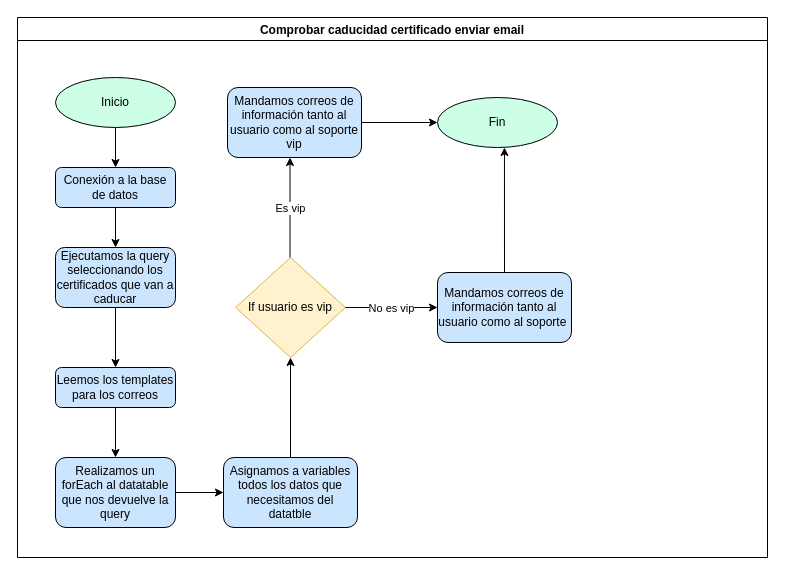
This is Comprobar caducidad certificado enviar email.drawio from ignapatri/Uipath-Comprobar_caducidad_certificado_enviar_email, a draw.io file, before an edit. Source tidied: cells renumbered, new cells numbered last; positions are measured from the earlier drawing's top-left corner, leaving out a move shared by most shapes. Both pictures are drawn from the tidied source at 100%, with x=0, y=0 at pixel (17, 17).
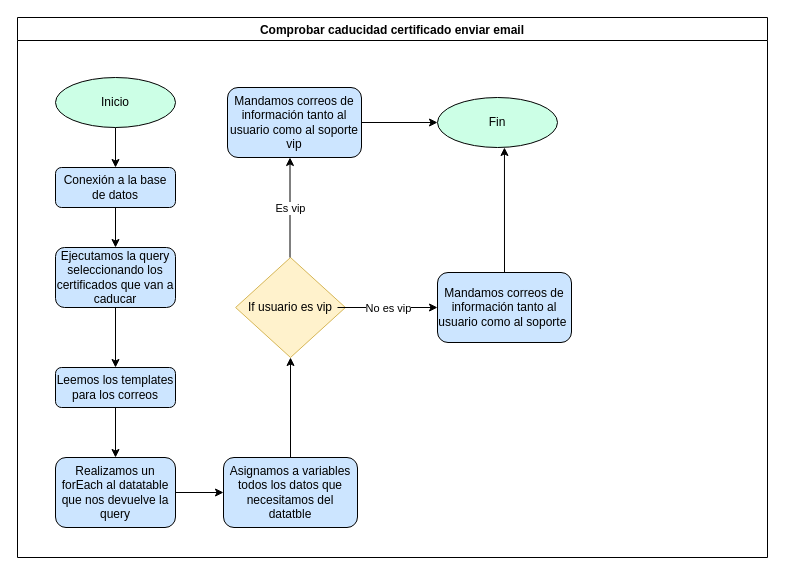
After the change.

Unchanged cells that the change refers to:
```xml
<mxCell id="2" value="Comprobar caducidad certificado enviar email" style="swimlane;" parent="1" vertex="1">
  <mxGeometry width="750" height="540" as="geometry" />
</mxCell>
<mxCell id="16" value="If usuario es vip" style="rhombus;whiteSpace=wrap;html=1;fillColor=#fff2cc;strokeColor=#d6b656;" parent="2" vertex="1">
  <mxGeometry x="218.1" y="240" width="109.8" height="100" as="geometry" />
</mxCell>
```

The edit, as a diff of the source:
```diff
@@
-    <mxCell id="23" style="endArrow=classic;html=1;exitX=1;exitY=0.5;exitDx=0;exitDy=0;" parent="1" edge="1" source="16">
-      <mxGeometry relative="1" as="geometry">
-        <mxPoint x="420" y="290" as="targetPoint" />
-      </mxGeometry>
-    </mxCell>
+    <mxCell id="25" style="endArrow=classic;html=1;" parent="2" edge="1">
+      <mxGeometry relative="1" as="geometry">
+        <mxPoint x="320" y="290" as="sourcePoint" />
+        <mxPoint x="420" y="290" as="targetPoint" />
+      </mxGeometry>
+    </mxCell>
-    <mxCell id="24" value="No es vip" style="edgeLabel;html=1;align=center;verticalAlign=middle;" parent="23" vertex="1">
+    <mxCell id="24" value="No es vip" style="edgeLabel;html=1;align=center;verticalAlign=middle;" parent="25" vertex="1">
       <mxGeometry relative="1" as="geometry" />
     </mxCell>
```
